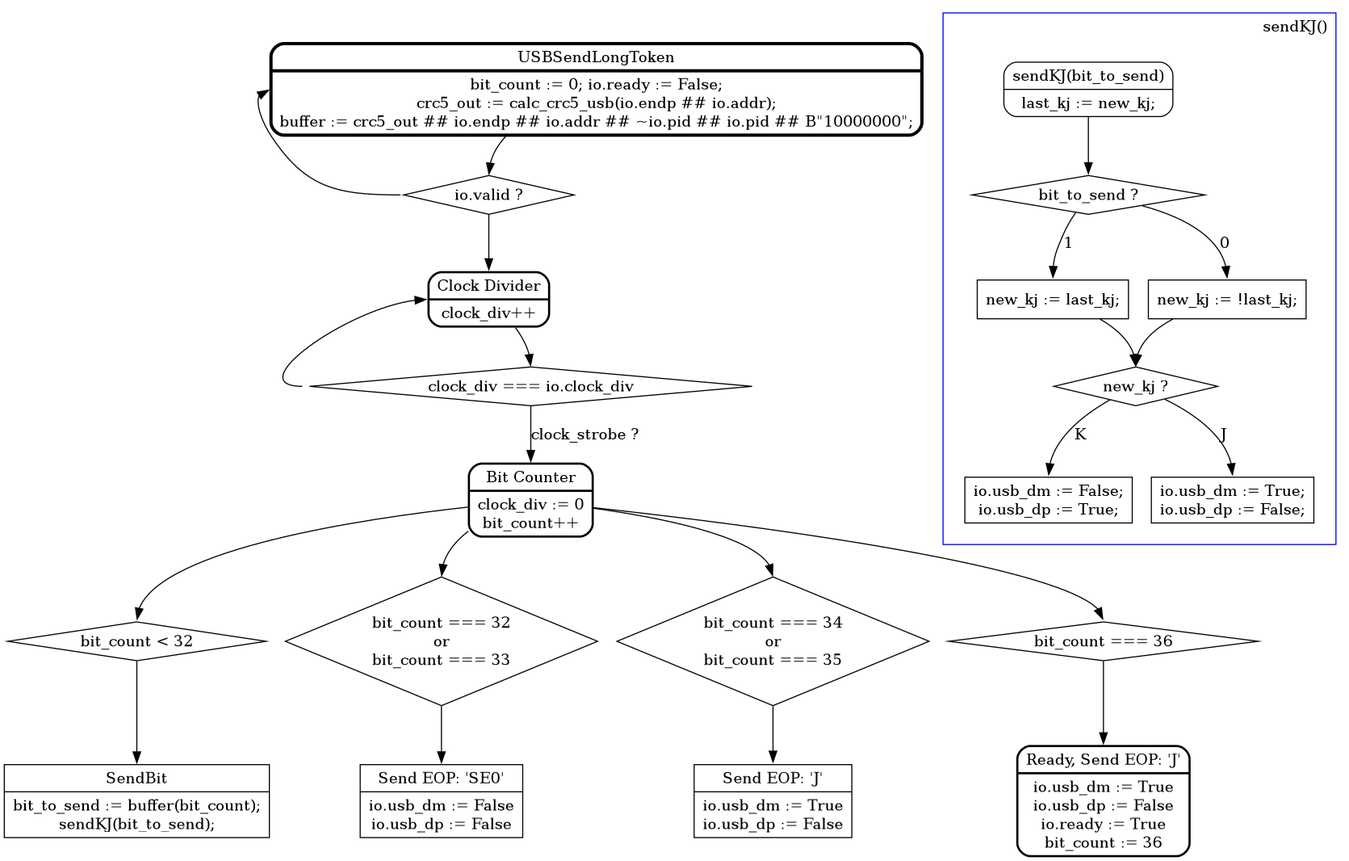
Above: doc/graphs/USB10/USBSendLongToken.png in pointcheck/KarnixSOC (Graphviz), before the change. Its source is kept beside it as doc/graphs/USB10/USBSendLongToken.dot.
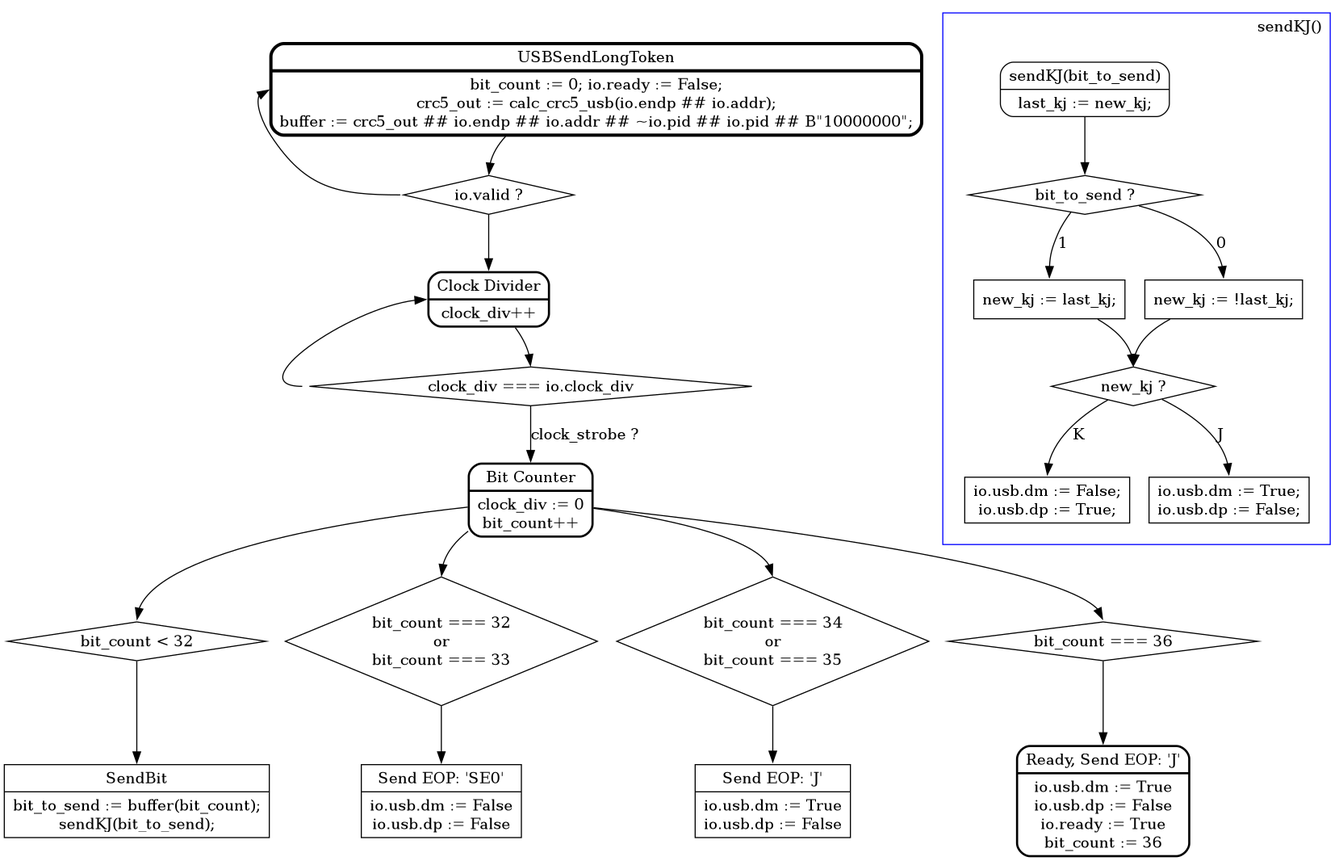
The same file after the commit.

Diff of the diagram source:
```diff
@@ -17,12 +17,12 @@
 	CountBits -> LessThan32_box:n; LessThan32_box [shape = diamond, label = "bit_count < 32"];
 	LessThan32_box -> SendBit; SendBit [shape = record, label = "{SendBit|bit_to_send := buffer(bit_count);\nsendKJ(bit_to_send);}"];
 
-	CountBits -> Is3233:n; Is3233 [shape = diamond, label = "bit_count === 32\nor\nbit_count === 33"]; Is3233 -> Is3233_box; Is3233_box [shape = record, label = "{Send EOP: 'SE0'|io.usb_dm := False\nio.usb_dp := False}"];
+	CountBits -> Is3233:n; Is3233 [shape = diamond, label = "bit_count === 32\nor\nbit_count === 33"]; Is3233 -> Is3233_box; Is3233_box [shape = record, label = "{Send EOP: 'SE0'|io.usb.dm := False\nio.usb.dp := False}"];
 
 	CountBits -> Is3435_box:n; Is3435_box [shape = diamond, label = "bit_count === 34\nor\nbit_count === 35"];
-	Is3435_box -> Is3435:n; Is3435 [shape = record, label = "{Send EOP: 'J'|io.usb_dm := True\nio.usb_dp := False}"];
+	Is3435_box -> Is3435:n; Is3435 [shape = record, label = "{Send EOP: 'J'|io.usb.dm := True\nio.usb.dp := False}"];
 
-	CountBits -> Is36:n; Is36 [shape = diamond, label = "bit_count === 36"]; Is36 -> Is36_box; Is36_box [penwidth=2, shape = Mrecord, label = "{Ready, Send EOP: 'J'|io.usb_dm := True\nio.usb_dp := False\nio.ready := True\nbit_count := 36}"];
+	CountBits -> Is36:n; Is36 [shape = diamond, label = "bit_count === 36"]; Is36 -> Is36_box; Is36_box [penwidth=2, shape = Mrecord, label = "{Ready, Send EOP: 'J'|io.usb.dm := True\nio.usb.dp := False\nio.ready := True\nbit_count := 36}"];
 
 	subgraph cluster_1 {
 
@@ -40,8 +40,8 @@
 		sendKJ_symbol [shape = diamond, label = "new_kj ?"];
 		sendKJ_symbol -> sendKJ_symbolK:n [label = "K"];
 		sendKJ_symbol -> sendKJ_symbolJ:n [label = "J"];
-		sendKJ_symbolK [shape = box, label = "io.usb_dm := False;\nio.usb_dp := True;"];
-		sendKJ_symbolJ [shape = box, label = "io.usb_dm := True;\nio.usb_dp := False;"];
+		sendKJ_symbolK [shape = box, label = "io.usb.dm := False;\nio.usb.dp := True;"];
+		sendKJ_symbolJ [shape = box, label = "io.usb.dm := True;\nio.usb.dp := False;"];
 	}
 
 }
```
